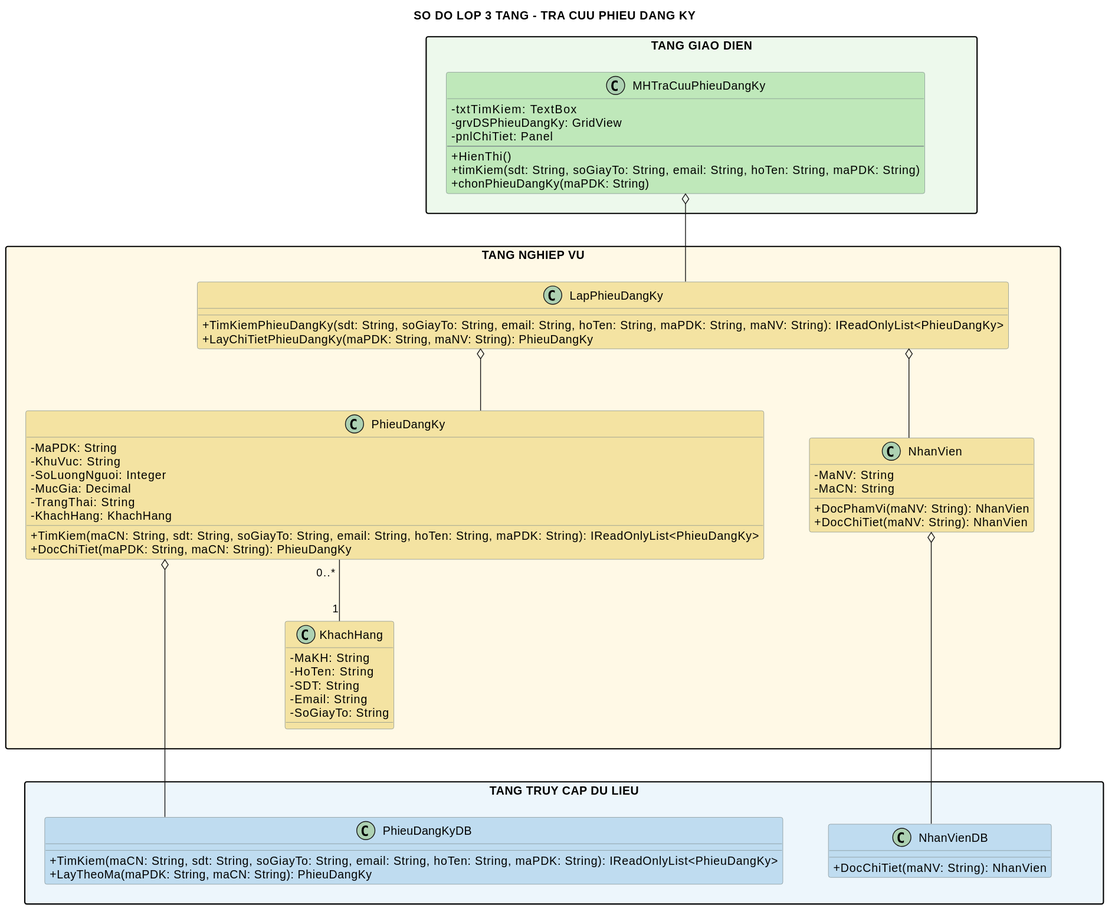
Ming1309/HomeStay-Dorm keeps this PlantUML diagram as diagram/svg/tra-cuu-phieu-dang-ky-class.svg. Above is the earlier version. Its diagram source:
```plantuml
@startuml
title SO DO LOP 3 TANG - TRA CUU PHIEU DANG KY

top to bottom direction
skinparam shadowing false
skinparam linetype ortho
skinparam nodesep 55
skinparam ranksep 75
skinparam packageStyle rectangle
skinparam classAttributeIconSize 0
skinparam classBorderColor #7F8C8D

package "TANG GIAO DIEN" as GUI_LAYER #EDF9EC {
  class MHTraCuuPhieuDangKy #BFE8BA {
    - txtTimKiem: TextBox
    - grvDSPhieuDangKy: GridView
    - pnlChiTiet: Panel
    --
    + HienThi()
    + timKiem(sdt: String, soGiayTo: String, email: String, hoTen: String, maPDK: String)
    + chonPhieuDangKy(maPDK: String)
  }
}

package "TANG NGHIEP VU" as BUS_LAYER #FFF9E6 {
  class LapPhieuDangKy #F4E3A2 {
    + TimKiemPhieuDangKy(sdt: String, soGiayTo: String, email: String, hoTen: String, maPDK: String, maNV: String): IReadOnlyList<PhieuDangKy>
    + LayChiTietPhieuDangKy(maPDK: String, maNV: String): PhieuDangKy
  }
  class NhanVien #F4E3A2 {
    - MaNV: String
    - MaCN: String
    + DocPhamVi(maNV: String): NhanVien
    + DocChiTiet(maNV: String): NhanVien
  }
  class PhieuDangKy #F4E3A2 {
    - MaPDK: String
    - KhuVuc: String
    - SoLuongNguoi: Integer
    - MucGia: Decimal
    - TrangThai: String
    - KhachHang: KhachHang
    + TimKiem(maCN: String, sdt: String, soGiayTo: String, email: String, hoTen: String, maPDK: String): IReadOnlyList<PhieuDangKy>
    + DocChiTiet(maPDK: String, maCN: String): PhieuDangKy
  }
  class KhachHang #F4E3A2 {
    - MaKH: String
    - HoTen: String
    - SDT: String
    - Email: String
    - SoGiayTo: String
  }
}

package "TANG TRUY CAP DU LIEU" as DAL_LAYER #EDF6FC {
  class NhanVienDB #BFDCF0 {
    + DocChiTiet(maNV: String): NhanVien
  }
  class PhieuDangKyDB #BFDCF0 {
    + TimKiem(maCN: String, sdt: String, soGiayTo: String, email: String, hoTen: String, maPDK: String): IReadOnlyList<PhieuDangKy>
    + LayTheoMa(maPDK: String, maCN: String): PhieuDangKy
  }
  NhanVienDB -[hidden]right- PhieuDangKyDB
}

GUI_LAYER -[hidden]down- BUS_LAYER
BUS_LAYER -[hidden]down- DAL_LAYER
KhachHang -[hidden]down- PhieuDangKyDB

MHTraCuuPhieuDangKy o-down- LapPhieuDangKy
LapPhieuDangKy o-- NhanVien
LapPhieuDangKy o-- PhieuDangKy
NhanVien o-down- NhanVienDB
PhieuDangKy o-down- PhieuDangKyDB
PhieuDangKy "0..*" -- "1" KhachHang
@enduml
```
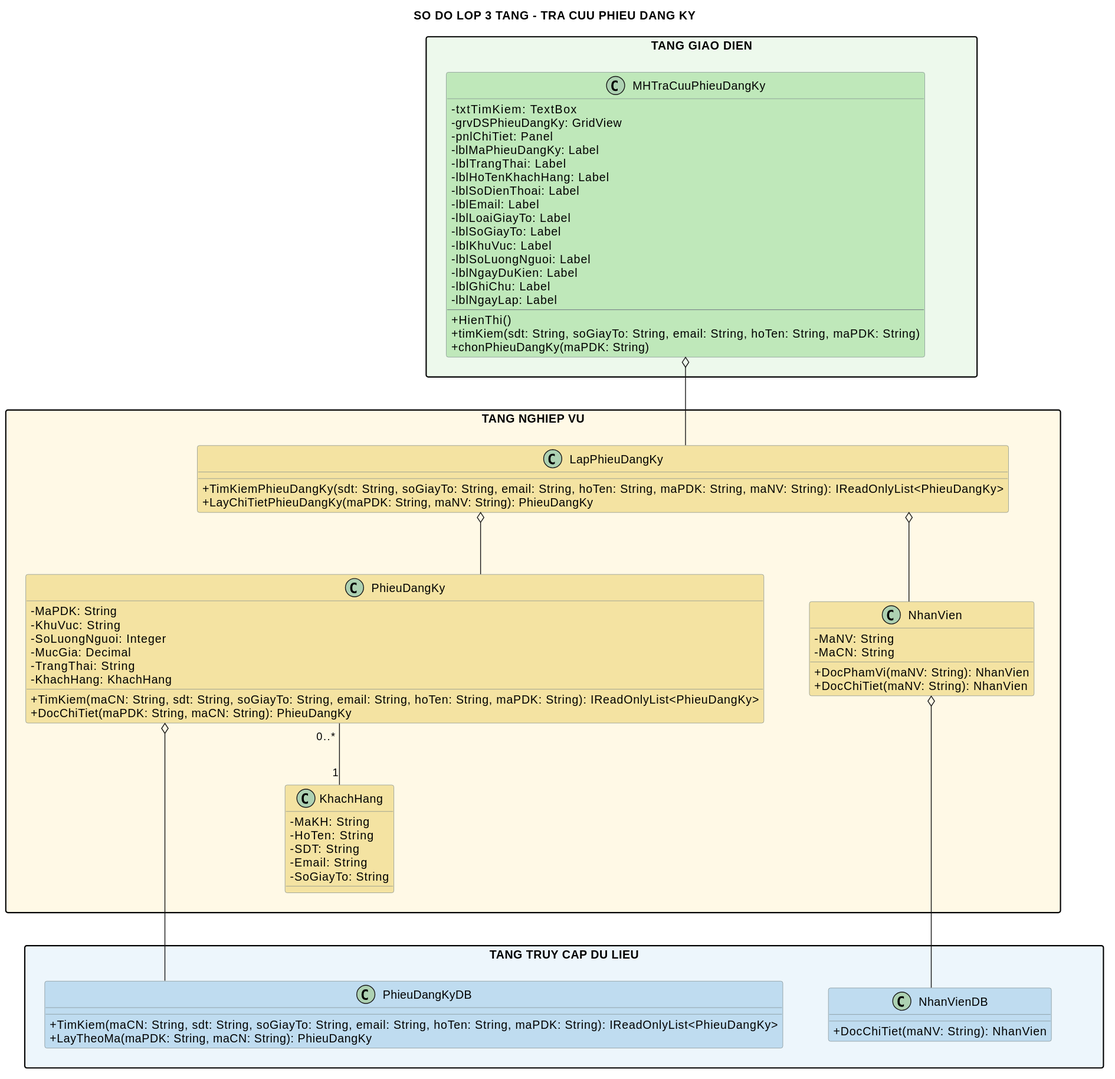
After the commit.

Diff of the diagram source:
```diff
@@ -15,6 +15,18 @@
     - txtTimKiem: TextBox
     - grvDSPhieuDangKy: GridView
     - pnlChiTiet: Panel
+    - lblMaPhieuDangKy: Label
+    - lblTrangThai: Label
+    - lblHoTenKhachHang: Label
+    - lblSoDienThoai: Label
+    - lblEmail: Label
+    - lblLoaiGiayTo: Label
+    - lblSoGiayTo: Label
+    - lblKhuVuc: Label
+    - lblSoLuongNguoi: Label
+    - lblNgayDuKien: Label
+    - lblGhiChu: Label
+    - lblNgayLap: Label
     --
     + HienThi()
     + timKiem(sdt: String, soGiayTo: String, email: String, hoTen: String, maPDK: String)
```
